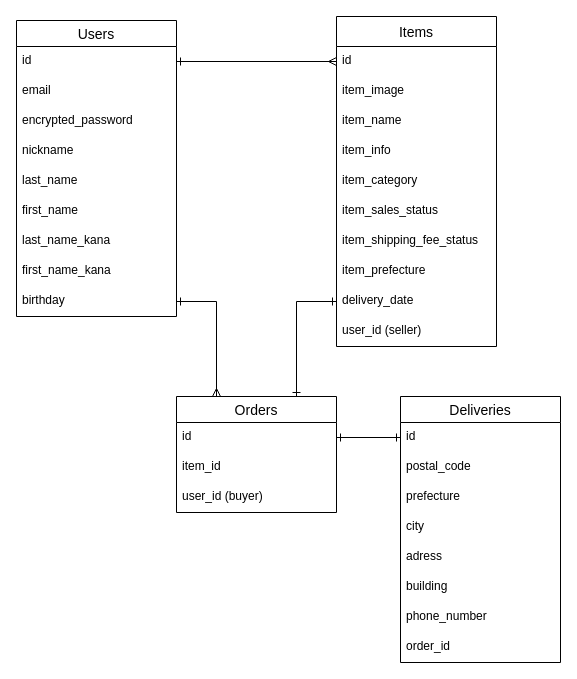
Earlier version of the draw.io diagram frima.dio (katsu-skillup/furima-35898). Source tidied: cells renumbered, new cells numbered last; positions are measured from the earlier drawing's top-left corner, leaving out a move shared by most shapes. Both pictures are drawn from the tidied source at 100%, with x=0, y=0 at pixel (16, 16).
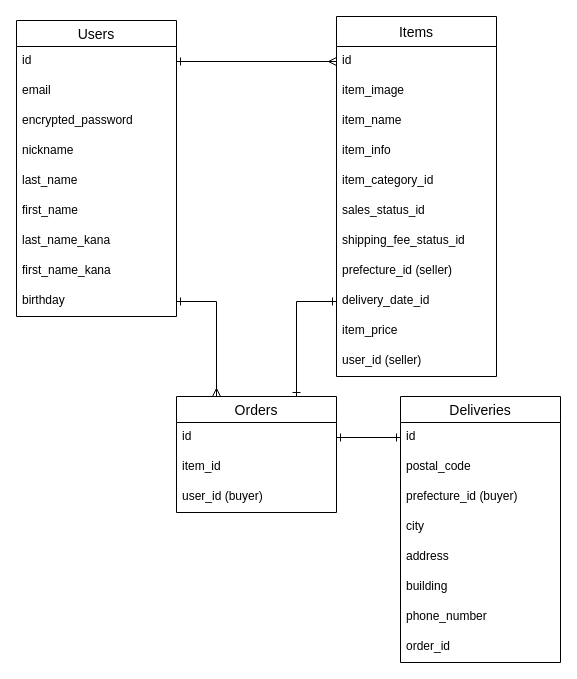
The same diagram, later.

Commit message (it also covers changes not shown here):
ER図修正及びREADME記述

Unchanged cells that the change refers to:
```xml
<mxCell id="31" value="Deliveries" style="swimlane;fontStyle=0;horizontal=1;startSize=26;align=center;fontSize=14;" parent="1" vertex="1">
  <mxGeometry x="384" y="380" width="160" height="266" as="geometry" />
</mxCell>
```

The edit, as a diff of the source:
```diff
@@
     <mxCell id="12" value="Items" style="swimlane;fontStyle=0;horizontal=1;startSize=30;align=center;fontSize=14;" parent="1" vertex="1">
-      <mxGeometry x="320" width="160" height="330" as="geometry" />
+      <mxGeometry x="320" width="160" height="360" as="geometry" />
     </mxCell>
@@
-    <mxCell id="17" value="item_category" style="text;strokeColor=none;fillColor=none;spacingLeft=4;spacingRight=4;overflow=hidden;fontSize=12;" parent="12" vertex="1">
+    <mxCell id="17" value="item_category_id" style="text;strokeColor=none;fillColor=none;spacingLeft=4;spacingRight=4;overflow=hidden;fontSize=12;" parent="12" vertex="1">
       <mxGeometry y="150" width="160" height="30" as="geometry" />
     </mxCell>
-    <mxCell id="18" value="item_sales_status" style="text;strokeColor=none;fillColor=none;spacingLeft=4;spacingRight=4;overflow=hidden;fontSize=12;" parent="12" vertex="1">
+    <mxCell id="18" value="sales_status_id" style="text;strokeColor=none;fillColor=none;spacingLeft=4;spacingRight=4;overflow=hidden;fontSize=12;" parent="12" vertex="1">
       <mxGeometry y="180" width="160" height="30" as="geometry" />
     </mxCell>
-    <mxCell id="19" value="item_shipping_fee_status" style="text;strokeColor=none;fillColor=none;spacingLeft=4;spacingRight=4;overflow=hidden;fontSize=12;" parent="12" vertex="1">
+    <mxCell id="19" value="shipping_fee_status_id" style="text;strokeColor=none;fillColor=none;spacingLeft=4;spacingRight=4;overflow=hidden;fontSize=12;" parent="12" vertex="1">
       <mxGeometry y="210" width="160" height="30" as="geometry" />
     </mxCell>
-    <mxCell id="20" value="item_prefecture" style="text;strokeColor=none;fillColor=none;spacingLeft=4;spacingRight=4;overflow=hidden;fontSize=12;" parent="12" vertex="1">
+    <mxCell id="20" value="prefecture_id (seller)" style="text;strokeColor=none;fillColor=none;spacingLeft=4;spacingRight=4;overflow=hidden;fontSize=12;" parent="12" vertex="1">
       <mxGeometry y="240" width="160" height="30" as="geometry" />
     </mxCell>
-    <mxCell id="21" value="delivery_date" style="text;strokeColor=none;fillColor=none;spacingLeft=4;spacingRight=4;overflow=hidden;points=[[0,0.5],[1,0.5]];portConstraint=eastwest;fontSize=12;" parent="12" vertex="1">
+    <mxCell id="21" value="delivery_date_id" style="text;strokeColor=none;fillColor=none;spacingLeft=4;spacingRight=4;overflow=hidden;points=[[0,0.5],[1,0.5]];portConstraint=eastwest;fontSize=12;" parent="12" vertex="1">
       <mxGeometry y="270" width="160" height="30" as="geometry" />
     </mxCell>
+    <mxCell id="41" value="item_price" style="text;strokeColor=none;fillColor=none;spacingLeft=4;spacingRight=4;overflow=hidden;fontSize=12;" parent="12" vertex="1">
+      <mxGeometry y="300" width="160" height="30" as="geometry" />
+    </mxCell>
     <mxCell id="22" value="user_id (seller)" style="text;strokeColor=none;fillColor=none;spacingLeft=4;spacingRight=4;overflow=hidden;fontSize=12;" parent="12" vertex="1">
-      <mxGeometry y="300" width="160" height="30" as="geometry" />
+      <mxGeometry y="330" width="160" height="30" as="geometry" />
     </mxCell>
@@
-    <mxCell id="34" value="prefecture" style="text;strokeColor=none;fillColor=none;spacingLeft=4;spacingRight=4;overflow=hidden;fontSize=12;" parent="31" vertex="1">
+    <mxCell id="34" value="prefecture_id (buyer)" style="text;strokeColor=none;fillColor=none;spacingLeft=4;spacingRight=4;overflow=hidden;fontSize=12;" parent="31" vertex="1">
       <mxGeometry y="86" width="160" height="30" as="geometry" />
     </mxCell>
@@
-    <mxCell id="36" value="adress" style="text;strokeColor=none;fillColor=none;spacingLeft=4;spacingRight=4;overflow=hidden;fontSize=12;" parent="31" vertex="1">
+    <mxCell id="36" value="address" style="text;strokeColor=none;fillColor=none;spacingLeft=4;spacingRight=4;overflow=hidden;fontSize=12;" parent="31" vertex="1">
       <mxGeometry y="146" width="160" height="30" as="geometry" />
     </mxCell>
```
